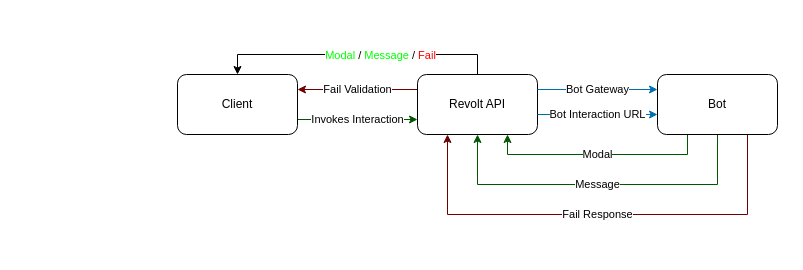
Before: graph.drawio in revoltchat/rfcs, a draw.io diagram. Source tidied: cells renumbered, new cells numbered last; positions are measured from the earlier drawing's top-left corner, leaving out a move shared by most shapes. Both pictures are drawn from the tidied source at 100%, with x=0, y=0 at pixel (177, 74).
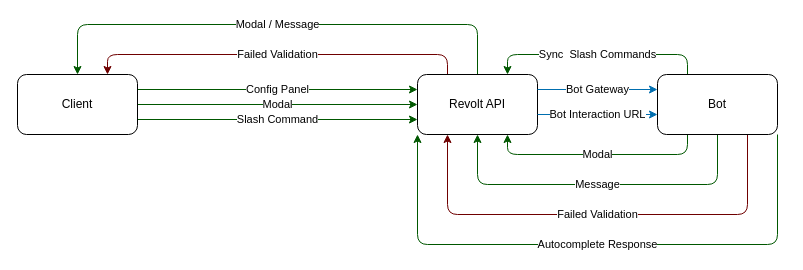
Above is the later version.

The change refers to these unchanged cells:
```xml
<mxCell id="7" value="Revolt API" style="rounded=1;whiteSpace=wrap;html=1;" parent="1" vertex="1">
  <mxGeometry x="240" width="120" height="60" as="geometry" />
</mxCell>
<mxCell id="11" value="Bot" style="rounded=1;whiteSpace=wrap;html=1;" parent="1" vertex="1">
  <mxGeometry x="480" width="120" height="60" as="geometry" />
</mxCell>
```

What changed in the source:
```diff
@@
-    <mxCell id="2" value="Invokes Interaction" style="edgeStyle=orthogonalEdgeStyle;rounded=0;jettySize=auto;html=1;entryX=0;entryY=0.75;entryDx=0;entryDy=0;fillColor=#008a00;strokeColor=#005700;exitX=1;exitY=0.75;exitDx=0;exitDy=0;" parent="1" edge="1" source="3" target="7">
-      <mxGeometry relative="1" as="geometry" />
-    </mxCell>
+    <mxCell id="14" value="Slash Command" style="edgeStyle=none;html=1;exitX=1;exitY=0.75;exitDx=0;exitDy=0;entryX=0;entryY=0.75;entryDx=0;entryDy=0;fillColor=#008a00;strokeColor=#005700;rounded=1;" parent="1" edge="1" source="3" target="7">
+      <mxGeometry relative="1" as="geometry" />
+    </mxCell>
+    <mxCell id="15" value="Modal" style="edgeStyle=none;html=1;exitX=1;exitY=0.5;exitDx=0;exitDy=0;entryX=0;entryY=0.5;entryDx=0;entryDy=0;fillColor=#008a00;strokeColor=#005700;rounded=1;" parent="1" edge="1" source="3" target="7">
+      <mxGeometry relative="1" as="geometry" />
+    </mxCell>
+    <mxCell id="16" value="Config Panel" style="edgeStyle=none;html=1;exitX=1;exitY=0.25;exitDx=0;exitDy=0;entryX=0;entryY=0.25;entryDx=0;entryDy=0;fillColor=#008a00;strokeColor=#005700;rounded=1;" parent="1" edge="1" source="3" target="7">
+      <mxGeometry relative="1" as="geometry" />
+    </mxCell>
     <mxCell id="3" value="Client" style="rounded=1;whiteSpace=wrap;html=1;" parent="1" vertex="1">
-      <mxGeometry width="120" height="60" as="geometry" />
+      <mxGeometry x="-160" width="120" height="60" as="geometry" />
     </mxCell>
-    <mxCell id="4" value="Fail Validation" style="edgeStyle=orthogonalEdgeStyle;rounded=0;jettySize=auto;html=1;exitX=0;exitY=0.25;exitDx=0;exitDy=0;entryX=1;entryY=0.25;entryDx=0;entryDy=0;fillColor=#a20025;strokeColor=#6F0000;" parent="1" edge="1" source="7" target="3">
-      <mxGeometry relative="1" as="geometry" />
-    </mxCell>
-    <mxCell id="5" style="edgeStyle=orthogonalEdgeStyle;rounded=0;jettySize=auto;html=1;exitX=0.5;exitY=0;exitDx=0;exitDy=0;entryX=0.5;entryY=0;entryDx=0;entryDy=0;" parent="1" edge="1" source="7" target="3">
-      <mxGeometry relative="1" as="geometry" />
-    </mxCell>
-    <mxCell id="6" value="&lt;font color=&quot;#00ff00&quot;&gt;Modal&lt;/font&gt; / &lt;font color=&quot;#00ff00&quot;&gt;Message&lt;/font&gt; / &lt;font color=&quot;#ff0000&quot;&gt;Fail&lt;/font&gt;" style="edgeLabel;html=1;align=center;verticalAlign=middle;" parent="5" vertex="1">
-      <mxGeometry x="-0.16" relative="1" as="geometry" />
-    </mxCell>
+    <mxCell id="17" value="Failed Validation" style="edgeStyle=none;html=1;exitX=0.25;exitY=0;exitDx=0;exitDy=0;entryX=0.75;entryY=0;entryDx=0;entryDy=0;rounded=1;fillColor=#a20025;strokeColor=#6F0000;" parent="1" edge="1" source="7" target="3">
+      <mxGeometry relative="1" as="geometry">
+        <Array as="points">
+          <mxPoint x="270" y="-20" />
+          <mxPoint x="-70" y="-20" />
+        </Array>
+      </mxGeometry>
+    </mxCell>
+    <mxCell id="18" value="Modal / Message" style="edgeStyle=none;rounded=1;html=1;exitX=0.5;exitY=0;exitDx=0;exitDy=0;entryX=0.5;entryY=0;entryDx=0;entryDy=0;fillColor=#008a00;strokeColor=#005700;" parent="1" edge="1" source="7" target="3">
+      <mxGeometry relative="1" as="geometry">
+        <Array as="points">
+          <mxPoint x="300" y="-50" />
+          <mxPoint x="-100" y="-50" />
+        </Array>
+      </mxGeometry>
+    </mxCell>
@@
-    <mxCell id="8" value="Message" style="edgeStyle=orthogonalEdgeStyle;rounded=0;jettySize=auto;html=1;entryX=0.5;entryY=1;entryDx=0;entryDy=0;fillColor=#008a00;strokeColor=#005700;exitX=0.5;exitY=1;exitDx=0;exitDy=0;" parent="1" edge="1" source="11" target="7">
+    <mxCell id="8" value="Message" style="edgeStyle=orthogonalEdgeStyle;rounded=1;jettySize=auto;html=1;entryX=0.5;entryY=1;entryDx=0;entryDy=0;fillColor=#008a00;strokeColor=#005700;exitX=0.5;exitY=1;exitDx=0;exitDy=0;" parent="1" edge="1" source="11" target="7">
       <mxGeometry relative="1" as="geometry">
         <Array as="points">
           <mxPoint x="540" y="110" />
           <mxPoint x="300" y="110" />
         </Array>
       </mxGeometry>
     </mxCell>
-    <mxCell id="9" value="Modal" style="edgeStyle=orthogonalEdgeStyle;rounded=0;jettySize=auto;html=1;exitX=0.25;exitY=1;exitDx=0;exitDy=0;entryX=0.75;entryY=1;entryDx=0;entryDy=0;fillColor=#008a00;strokeColor=#005700;" parent="1" edge="1" source="11" target="7">
+    <mxCell id="9" value="Modal" style="edgeStyle=orthogonalEdgeStyle;rounded=1;jettySize=auto;html=1;exitX=0.25;exitY=1;exitDx=0;exitDy=0;entryX=0.75;entryY=1;entryDx=0;entryDy=0;fillColor=#008a00;strokeColor=#005700;" parent="1" edge="1" source="11" target="7">
       <mxGeometry relative="1" as="geometry" />
     </mxCell>
-    <mxCell id="10" value="Fail Response" style="edgeStyle=orthogonalEdgeStyle;rounded=0;jettySize=auto;html=1;exitX=0.75;exitY=1;exitDx=0;exitDy=0;entryX=0.25;entryY=1;entryDx=0;entryDy=0;fillColor=#a20025;strokeColor=#6F0000;" parent="1" edge="1" source="11" target="7">
+    <mxCell id="10" value="Failed Validation" style="edgeStyle=orthogonalEdgeStyle;rounded=1;jettySize=auto;html=1;exitX=0.75;exitY=1;exitDx=0;exitDy=0;entryX=0.25;entryY=1;entryDx=0;entryDy=0;fillColor=#a20025;strokeColor=#6F0000;" parent="1" edge="1" source="11" target="7">
       <mxGeometry relative="1" as="geometry">
         <Array as="points">
           <mxPoint x="570" y="140" />
           <mxPoint x="270" y="140" />
         </Array>
       </mxGeometry>
     </mxCell>
+    <mxCell id="19" value="Sync&amp;nbsp; Slash Commands" style="edgeStyle=none;rounded=1;html=1;exitX=0.25;exitY=0;exitDx=0;exitDy=0;entryX=0.75;entryY=0;entryDx=0;entryDy=0;fillColor=#008a00;strokeColor=#005700;" parent="1" edge="1" source="11" target="7">
+      <mxGeometry relative="1" as="geometry">
+        <Array as="points">
+          <mxPoint x="510" y="-20" />
+          <mxPoint x="330" y="-20" />
+        </Array>
+      </mxGeometry>
+    </mxCell>
+    <mxCell id="20" value="Autocomplete Response" style="edgeStyle=none;html=1;exitX=1;exitY=1;exitDx=0;exitDy=0;entryX=0;entryY=1;entryDx=0;entryDy=0;fillColor=#008a00;strokeColor=#005700;" parent="1" edge="1" source="11" target="7">
+      <mxGeometry relative="1" as="geometry">
+        <Array as="points">
+          <mxPoint x="600" y="170" />
+          <mxPoint x="240" y="170" />
+        </Array>
+      </mxGeometry>
+    </mxCell>
@@
-    <mxCell id="12" value="Bot Gateway" style="endArrow=classic;html=1;rounded=0;exitX=1;exitY=0.25;exitDx=0;exitDy=0;entryX=0;entryY=0.25;entryDx=0;entryDy=0;fillColor=#1ba1e2;strokeColor=#006EAF;" parent="1" edge="1" source="7" target="11">
+    <mxCell id="12" value="Bot Gateway" style="endArrow=classic;html=1;rounded=1;exitX=1;exitY=0.25;exitDx=0;exitDy=0;entryX=0;entryY=0.25;entryDx=0;entryDy=0;fillColor=#1ba1e2;strokeColor=#006EAF;" parent="1" edge="1" source="7" target="11">
       <mxGeometry relative="1" as="geometry" />
     </mxCell>
-    <mxCell id="13" value="Bot Interaction URL" style="endArrow=classic;html=1;rounded=0;exitX=1;exitY=0.25;exitDx=0;exitDy=0;entryX=0;entryY=0.25;entryDx=0;entryDy=0;fillColor=#1ba1e2;strokeColor=#006EAF;" parent="1" edge="1">
+    <mxCell id="13" value="Bot Interaction URL" style="endArrow=classic;html=1;rounded=1;exitX=1;exitY=0.25;exitDx=0;exitDy=0;entryX=0;entryY=0.25;entryDx=0;entryDy=0;fillColor=#1ba1e2;strokeColor=#006EAF;" parent="1" edge="1">
       <mxGeometry relative="1" as="geometry">
         <mxPoint x="360" y="40" as="sourcePoint" />
         <mxPoint x="480" y="40" as="targetPoint" />
       </mxGeometry>
     </mxCell>
```
